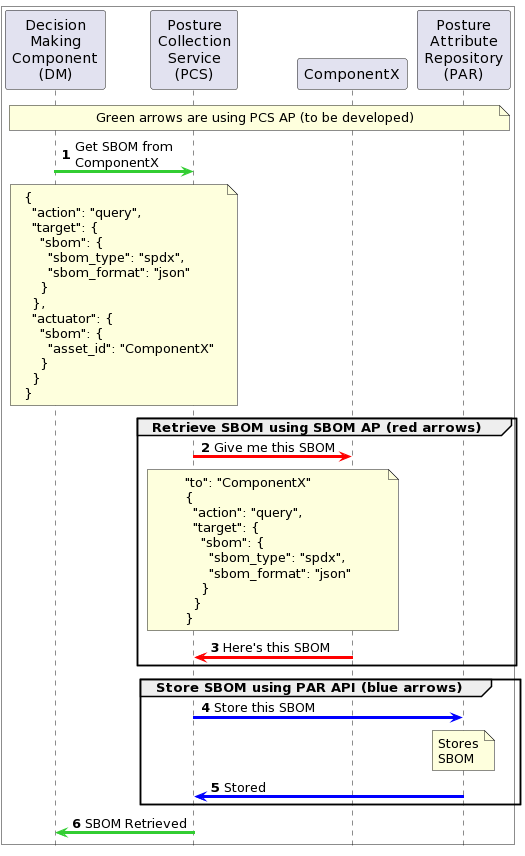
opencybersecurityalliance/PACE keeps this PlantUML diagram as docs/Arch/OC2_Get_SBOM_Seq.png. Above is the earlier version.
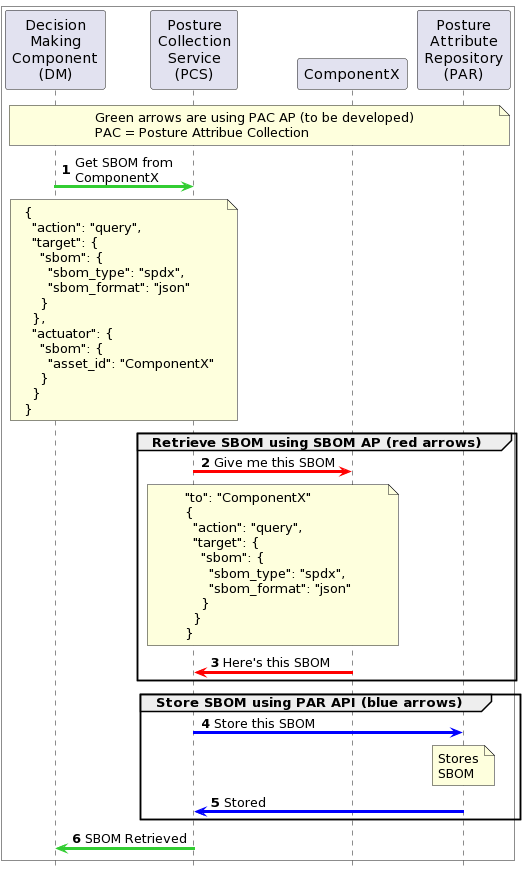
After the change.

The edit, as a diff of the source:
```diff
@@ -12,7 +12,10 @@
 participant ComponentX as C
 participant "Posture\nAttribute\nRepository\n(PAR)" as PAR
 
-note over DM, PAR: Green arrows are using PCS AP (to be developed)
+note over DM, PAR
+Green arrows are using PAC AP (to be developed)
+PAC = Posture Attribue Collection
+end note
 
 DM -[#limegreen]> PCS : Get SBOM from\nComponentX
 
```
